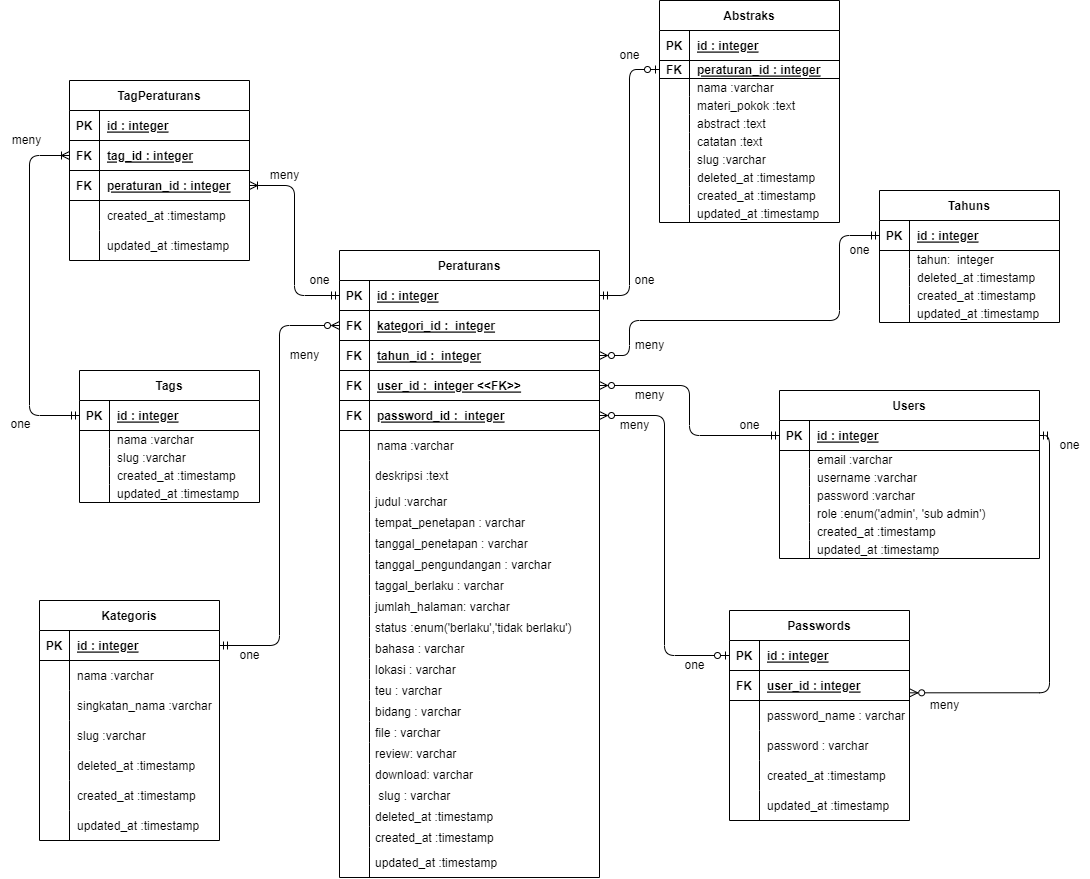
Before: desainaplikasi.drawio.png, a diagram exported from draw.io (MIRLANI/JDIH_App_11). Source tidied: cells renumbered, new cells last; positions are measured from the earlier drawing's top-left corner, leaving out a move shared by most shapes.
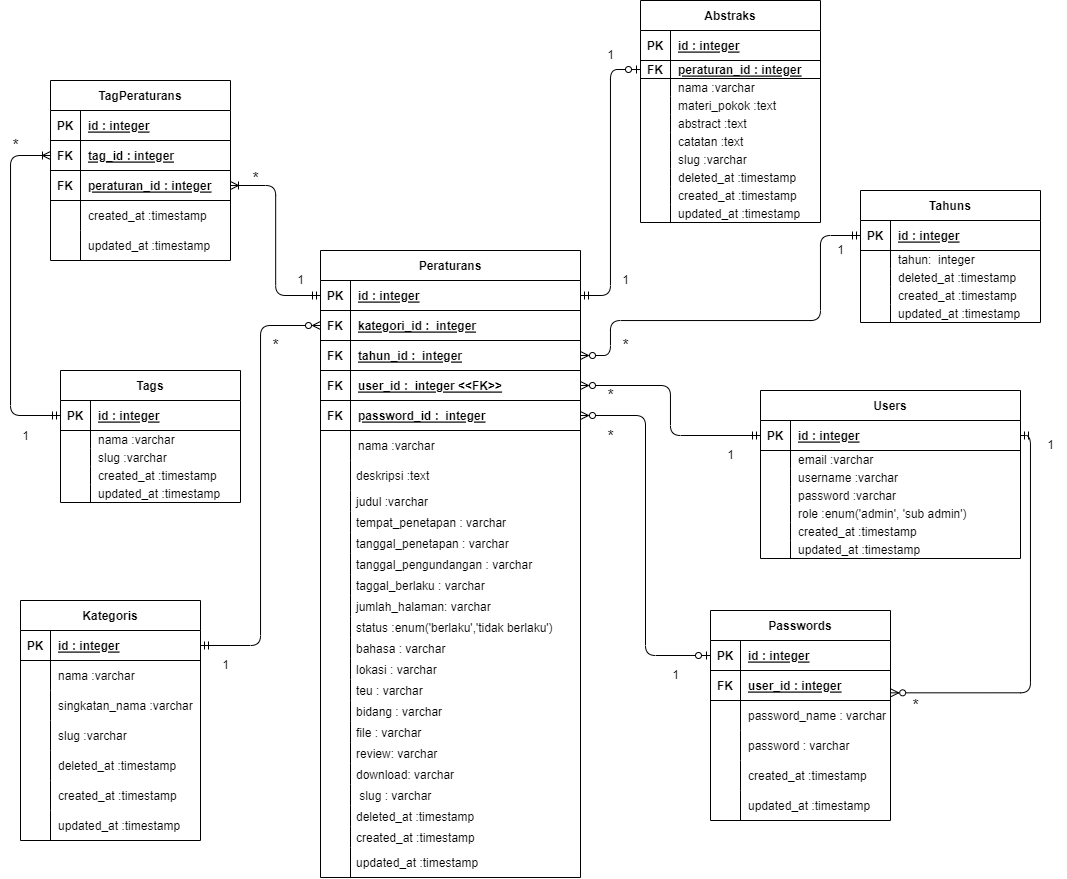
After the commit.

Diff of the diagram source:
```diff
@@ -659,12 +659,9 @@
     <mxCell id="220" style="edgeStyle=orthogonalEdgeStyle;html=1;exitX=1;exitY=0.5;exitDx=0;exitDy=0;entryX=0;entryY=0.5;entryDx=0;entryDy=0;endArrow=ERzeroToMany;endFill=0;startArrow=ERmandOne;startFill=0;" parent="1" edge="1" source="3" target="28">
       <mxGeometry relative="1" as="geometry" />
     </mxCell>
-    <mxCell id="221" value="one" style="text;html=1;align=center;verticalAlign=middle;strokeColor=none;fillColor=none;" parent="1" vertex="1">
-      <mxGeometry x="299" y="265" width="40" height="30" as="geometry" />
+    <mxCell id="221" value="1" style="text;html=1;align=center;verticalAlign=middle;strokeColor=none;fillColor=none;" parent="1" vertex="1">
+      <mxGeometry x="304" y="265" width="30" height="30" as="geometry" />
     </mxCell>
-    <mxCell id="222" value="meny" style="text;html=1;align=center;verticalAlign=middle;strokeColor=none;fillColor=none;" parent="1" vertex="1">
-      <mxGeometry x="279" y="340" width="50" height="30" as="geometry" />
-    </mxCell>
     <mxCell id="223" style="edgeStyle=orthogonalEdgeStyle;html=1;exitX=0;exitY=0.5;exitDx=0;exitDy=0;entryX=1;entryY=0.5;entryDx=0;entryDy=0;startArrow=ERmandOne;startFill=0;endArrow=ERzeroToMany;endFill=0;" parent="1" edge="1" source="186" target="31">
       <mxGeometry relative="1" as="geometry">
         <Array as="points">
@@ -698,47 +695,50 @@
     <mxCell id="229" style="edgeStyle=orthogonalEdgeStyle;html=1;exitX=0;exitY=0.5;exitDx=0;exitDy=0;entryX=1;entryY=0.5;entryDx=0;entryDy=0;startArrow=ERzeroToOne;startFill=0;endArrow=ERmandOne;endFill=0;" parent="1" edge="1" source="136" target="25">
       <mxGeometry relative="1" as="geometry" />
     </mxCell>
-    <mxCell id="230" value="one" style="text;html=1;align=center;verticalAlign=middle;strokeColor=none;fillColor=none;" parent="1" vertex="1">
-      <mxGeometry x="624" y="265" width="40" height="30" as="geometry" />
+    <mxCell id="230" value="1" style="text;html=1;align=center;verticalAlign=middle;strokeColor=none;fillColor=none;" parent="1" vertex="1">
+      <mxGeometry x="629" y="265" width="30" height="30" as="geometry" />
     </mxCell>
-    <mxCell id="231" value="one" style="text;html=1;align=center;verticalAlign=middle;strokeColor=none;fillColor=none;" parent="1" vertex="1">
-      <mxGeometry x="229" y="640" width="40" height="30" as="geometry" />
+    <mxCell id="231" value="1" style="text;html=1;align=center;verticalAlign=middle;strokeColor=none;fillColor=none;" parent="1" vertex="1">
+      <mxGeometry x="229" y="650" width="30" height="30" as="geometry" />
     </mxCell>
-    <mxCell id="232" value="meny" style="text;html=1;align=center;verticalAlign=middle;strokeColor=none;fillColor=none;" parent="1" vertex="1">
-      <mxGeometry x="1" y="125" width="50" height="30" as="geometry" />
-    </mxCell>
-    <mxCell id="233" value="one" style="text;html=1;align=center;verticalAlign=middle;strokeColor=none;fillColor=none;" parent="1" vertex="1">
-      <mxGeometry y="409" width="40" height="30" as="geometry" />
+    <mxCell id="233" value="1" style="text;html=1;align=center;verticalAlign=middle;strokeColor=none;fillColor=none;" parent="1" vertex="1">
+      <mxGeometry x="29" y="421" width="30" height="30" as="geometry" />
     </mxCell>
-    <mxCell id="234" value="meny" style="text;html=1;align=center;verticalAlign=middle;strokeColor=none;fillColor=none;" parent="1" vertex="1">
-      <mxGeometry x="259" y="160" width="50" height="30" as="geometry" />
+    <mxCell id="234" value="&lt;font style=&quot;font-size: 16px;&quot;&gt;*&lt;/font&gt;" style="text;html=1;align=center;verticalAlign=middle;strokeColor=none;fillColor=none;" parent="1" vertex="1">
+      <mxGeometry x="259" y="163" width="30" height="30" as="geometry" />
     </mxCell>
-    <mxCell id="235" value="one" style="text;html=1;align=center;verticalAlign=middle;strokeColor=none;fillColor=none;" parent="1" vertex="1">
-      <mxGeometry x="609" y="40" width="40" height="30" as="geometry" />
+    <mxCell id="235" value="1" style="text;html=1;align=center;verticalAlign=middle;strokeColor=none;fillColor=none;" parent="1" vertex="1">
+      <mxGeometry x="614" y="40" width="30" height="30" as="geometry" />
     </mxCell>
-    <mxCell id="236" value="one" style="text;html=1;align=center;verticalAlign=middle;strokeColor=none;fillColor=none;" parent="1" vertex="1">
-      <mxGeometry x="839" y="235" width="40" height="30" as="geometry" />
+    <mxCell id="236" value="1" style="text;html=1;align=center;verticalAlign=middle;strokeColor=none;fillColor=none;" parent="1" vertex="1">
+      <mxGeometry x="844" y="235" width="30" height="30" as="geometry" />
     </mxCell>
-    <mxCell id="237" value="meny" style="text;html=1;align=center;verticalAlign=middle;strokeColor=none;fillColor=none;" parent="1" vertex="1">
-      <mxGeometry x="624" y="330" width="50" height="30" as="geometry" />
-    </mxCell>
-    <mxCell id="238" value="meny" style="text;html=1;align=center;verticalAlign=middle;strokeColor=none;fillColor=none;" parent="1" vertex="1">
-      <mxGeometry x="624" y="380" width="50" height="30" as="geometry" />
-    </mxCell>
-    <mxCell id="239" value="meny" style="text;html=1;align=center;verticalAlign=middle;strokeColor=none;fillColor=none;" parent="1" vertex="1">
-      <mxGeometry x="609" y="410" width="50" height="30" as="geometry" />
-    </mxCell>
-    <mxCell id="240" value="one" style="text;html=1;align=center;verticalAlign=middle;strokeColor=none;fillColor=none;" parent="1" vertex="1">
-      <mxGeometry x="729" y="410" width="40" height="30" as="geometry" />
+    <mxCell id="240" value="1" style="text;html=1;align=center;verticalAlign=middle;strokeColor=none;fillColor=none;" parent="1" vertex="1">
+      <mxGeometry x="734" y="440" width="30" height="30" as="geometry" />
     </mxCell>
-    <mxCell id="241" value="one" style="text;html=1;align=center;verticalAlign=middle;strokeColor=none;fillColor=none;" parent="1" vertex="1">
-      <mxGeometry x="674" y="650" width="40" height="30" as="geometry" />
+    <mxCell id="241" value="1" style="text;html=1;align=center;verticalAlign=middle;strokeColor=none;fillColor=none;" parent="1" vertex="1">
+      <mxGeometry x="679" y="660" width="30" height="30" as="geometry" />
     </mxCell>
-    <mxCell id="242" value="meny" style="text;html=1;align=center;verticalAlign=middle;strokeColor=none;fillColor=none;" parent="1" vertex="1">
-      <mxGeometry x="919" y="690" width="50" height="30" as="geometry" />
-    </mxCell>
-    <mxCell id="243" value="one" style="text;html=1;align=center;verticalAlign=middle;strokeColor=none;fillColor=none;" parent="1" vertex="1">
-      <mxGeometry x="1049" y="430" width="40" height="30" as="geometry" />
+    <mxCell id="243" value="1" style="text;html=1;align=center;verticalAlign=middle;strokeColor=none;fillColor=none;" parent="1" vertex="1">
+      <mxGeometry x="1054" y="430" width="30" height="30" as="geometry" />
     </mxCell>
+    <mxCell id="244" value="&lt;font style=&quot;font-size: 16px;&quot;&gt;*&lt;/font&gt;" style="text;html=1;align=center;verticalAlign=middle;strokeColor=none;fillColor=none;" parent="1" vertex="1">
+      <mxGeometry x="279" y="330" width="30" height="30" as="geometry" />
+    </mxCell>
+    <mxCell id="245" value="&lt;font style=&quot;font-size: 16px;&quot;&gt;*&lt;/font&gt;" style="text;html=1;align=center;verticalAlign=middle;strokeColor=none;fillColor=none;" parent="1" vertex="1">
+      <mxGeometry x="19" y="130" width="30" height="30" as="geometry" />
+    </mxCell>
+    <mxCell id="246" value="&lt;font style=&quot;font-size: 16px;&quot;&gt;*&lt;/font&gt;" style="text;html=1;align=center;verticalAlign=middle;strokeColor=none;fillColor=none;" parent="1" vertex="1">
+      <mxGeometry x="629" y="330" width="30" height="30" as="geometry" />
+    </mxCell>
+    <mxCell id="247" value="&lt;font style=&quot;font-size: 16px;&quot;&gt;*&lt;/font&gt;" style="text;html=1;align=center;verticalAlign=middle;strokeColor=none;fillColor=none;" parent="1" vertex="1">
+      <mxGeometry x="614" y="380" width="30" height="30" as="geometry" />
+    </mxCell>
+    <mxCell id="248" value="&lt;font style=&quot;font-size: 16px;&quot;&gt;*&lt;/font&gt;" style="text;html=1;align=center;verticalAlign=middle;strokeColor=none;fillColor=none;" parent="1" vertex="1">
+      <mxGeometry x="614" y="421" width="30" height="30" as="geometry" />
+    </mxCell>
+    <mxCell id="249" value="&lt;font style=&quot;font-size: 16px;&quot;&gt;*&lt;/font&gt;" style="text;html=1;align=center;verticalAlign=middle;strokeColor=none;fillColor=none;" parent="1" vertex="1">
+      <mxGeometry x="919" y="690" width="30" height="30" as="geometry" />
+    </mxCell>
   </root>
 </mxGraphModel>
```
